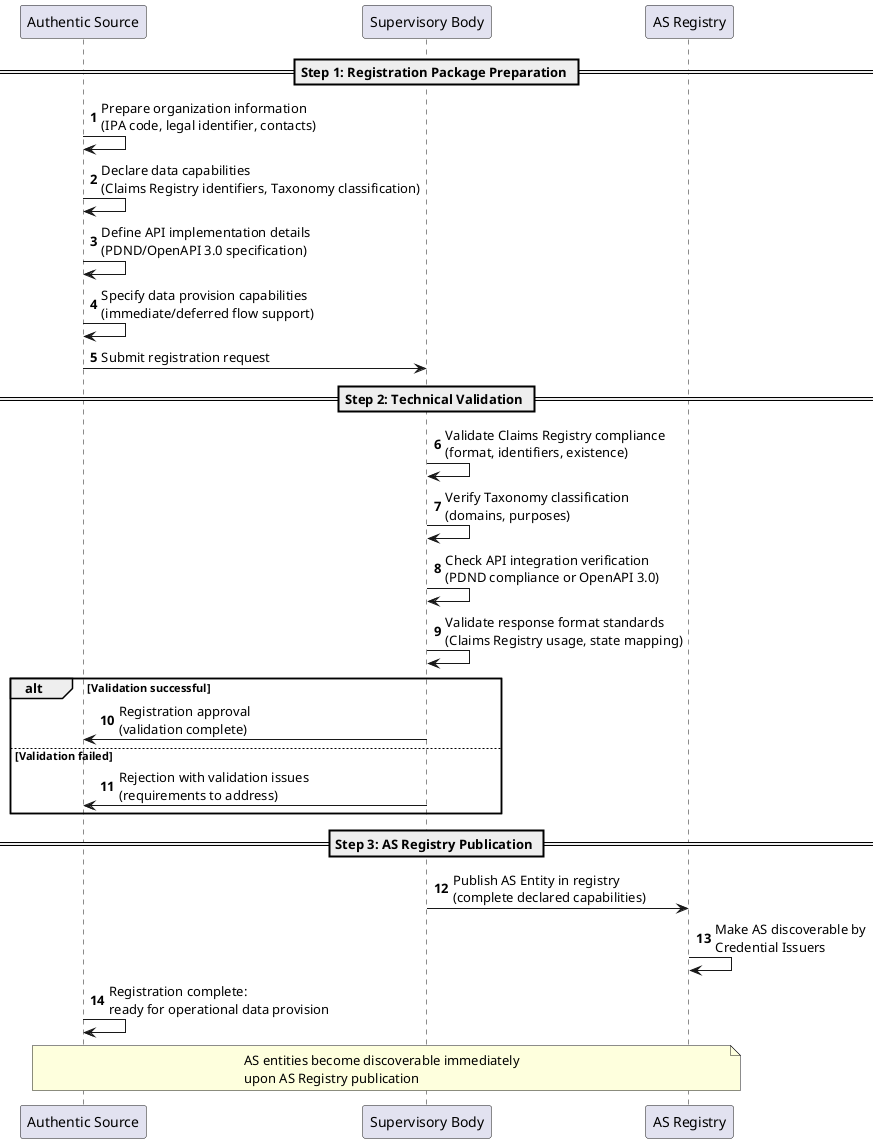
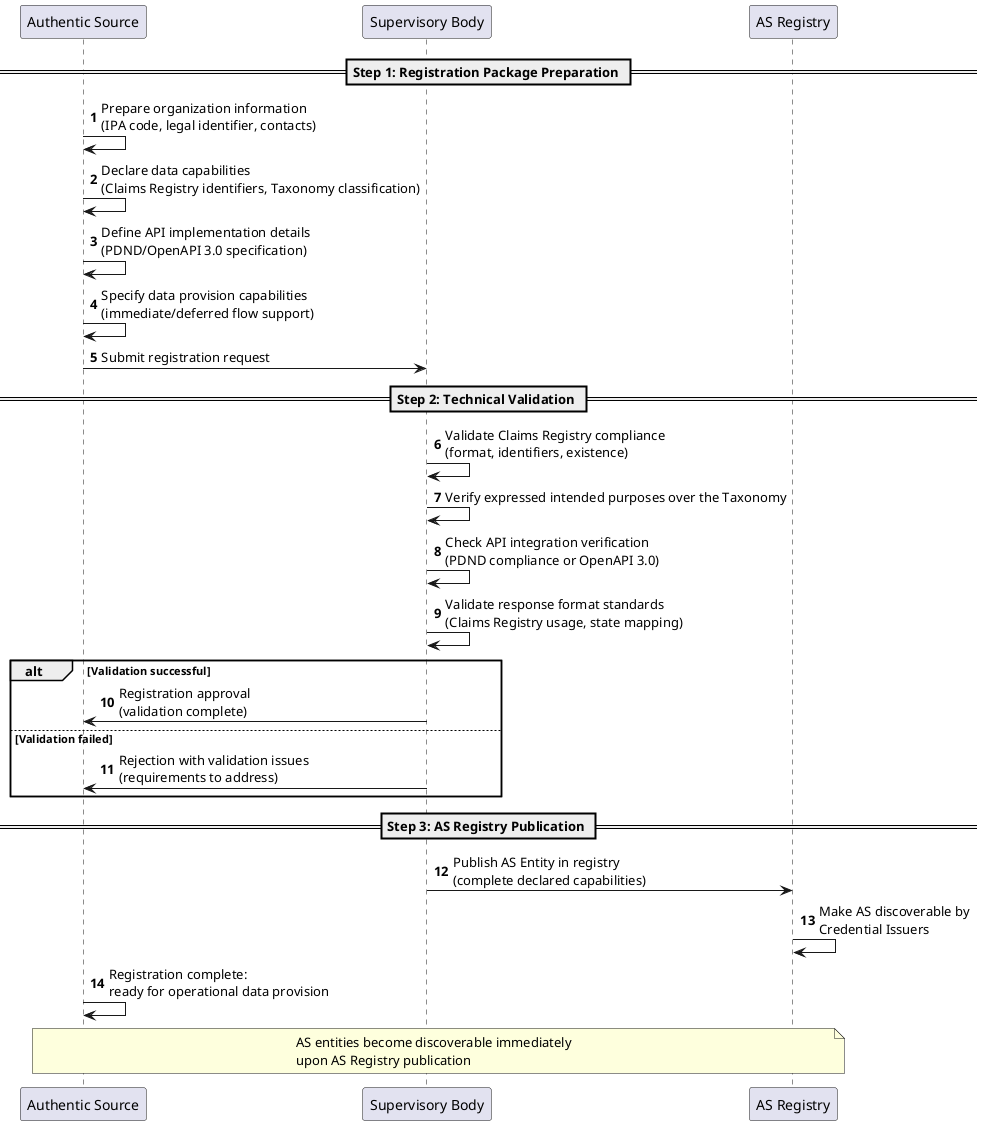
@startuml Authentic Source Registration Process
autonumber

participant "Authentic Source" as as
participant "Supervisory Body" as sb
participant "AS Registry" as reg

== Step 1: Registration Package Preparation ==

as -> as: Prepare organization information\n(IPA code, legal identifier, contacts)
as -> as: Declare data capabilities\n(Claims Registry identifiers, Taxonomy classification)
as -> as: Define API implementation details\n(PDND/OpenAPI 3.0 specification)
as -> as: Specify data provision capabilities\n(immediate/deferred flow support)
as -> sb: Submit registration request

== Step 2: Technical Validation ==

sb -> sb: Validate Claims Registry compliance\n(format, identifiers, existence)
- sb -> sb: Verify Taxonomy classification\n(domains, purposes)
+ sb -> sb: Verify expressed intended purposes over the Taxonomy
sb -> sb: Check API integration verification\n(PDND compliance or OpenAPI 3.0)
sb -> sb: Validate response format standards\n(Claims Registry usage, state mapping)

alt Validation successful
    sb -> as: Registration approval\n(validation complete)
else Validation failed
    sb -> as: Rejection with validation issues\n(requirements to address)
end

== Step 3: AS Registry Publication ==

sb -> reg: Publish AS Entity in registry\n(complete declared capabilities)
reg -> reg: Make AS discoverable by\nCredential Issuers
as -> as: Registration complete:\nready for operational data provision

note over as,reg: AS entities become discoverable immediately\nupon AS Registry publication

@enduml